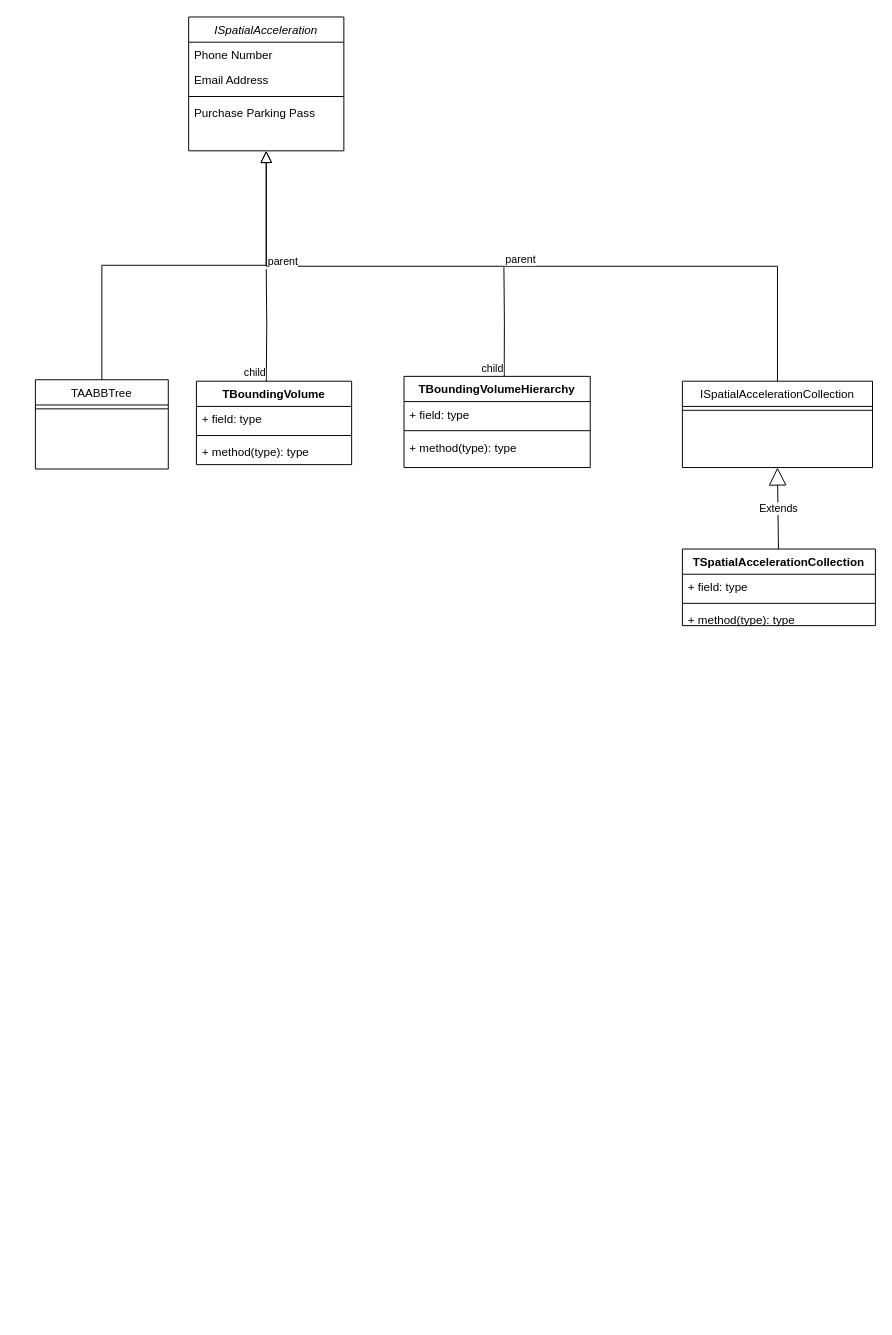
Above: Chaos.drawio in 954818696/FPSGame (draw.io), before the change. Source tidied: cells renumbered, new cells numbered last; positions are measured from the earlier drawing's top-left corner, leaving out a move shared by most shapes. Both pictures are drawn from the tidied source at 97%, with x=0, y=0 at pixel (35, 16).
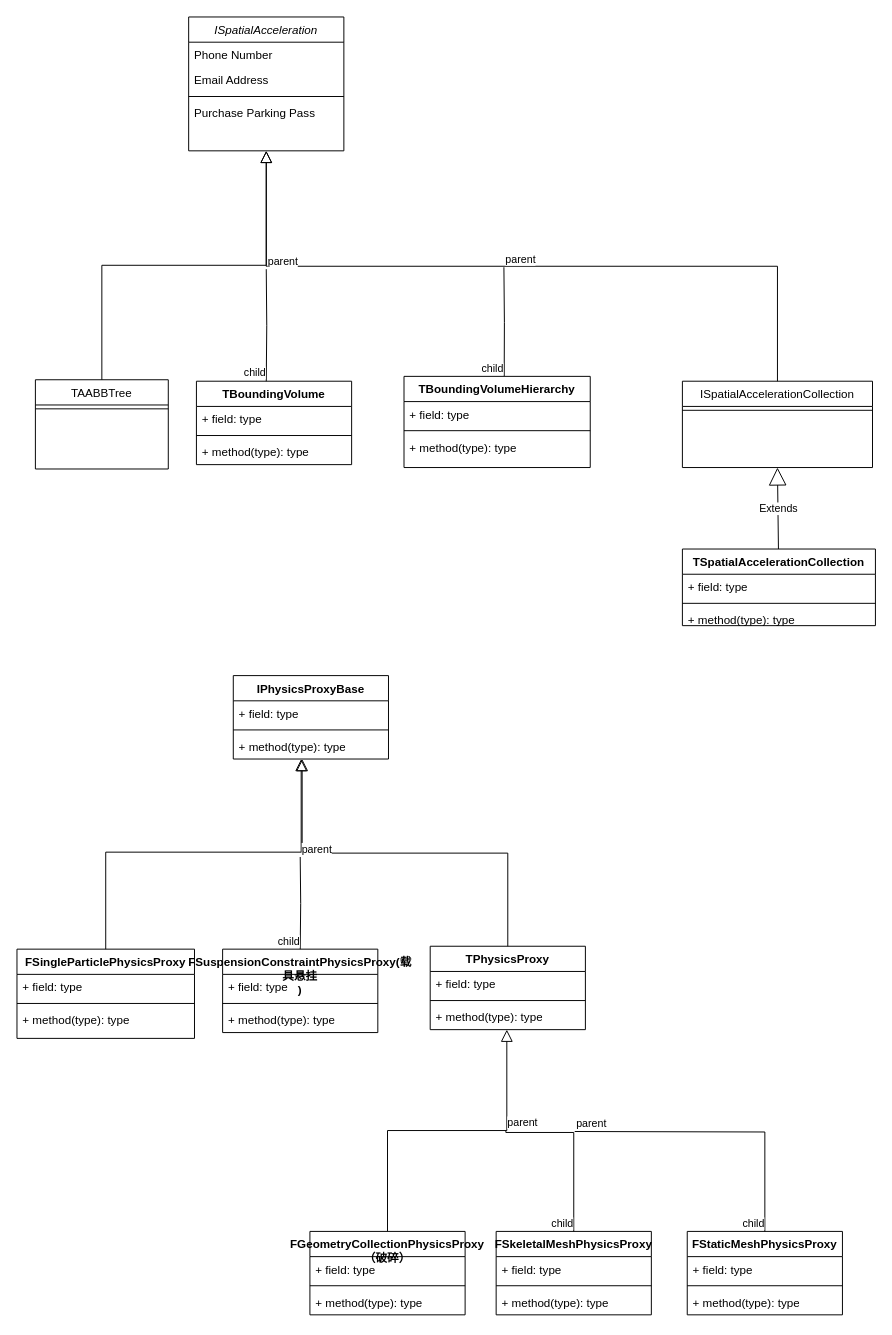
The same page after the edit.

What changed in the source:
```diff
@@
+    <mxCell id="32" value="IPhysicsProxyBase" style="swimlane;fontStyle=1;align=center;verticalAlign=top;horizontal=1;startSize=26;whiteSpace=wrap;html=1;" parent="1" vertex="1">
+      <mxGeometry x="204" y="679" width="160" height="86" as="geometry" />
+    </mxCell>
+    <mxCell id="33" value="+ field: type" style="text;strokeColor=none;fillColor=none;align=left;verticalAlign=top;spacingLeft=4;spacingRight=4;overflow=hidden;whiteSpace=wrap;html=1;" parent="32" vertex="1">
+      <mxGeometry y="26" width="160" height="26" as="geometry" />
+    </mxCell>
+    <mxCell id="34" style="line;strokeWidth=1;fillColor=none;align=left;verticalAlign=middle;spacingTop=-1;spacingLeft=3;spacingRight=3;labelPosition=right;strokeColor=inherit;" parent="32" vertex="1">
+      <mxGeometry y="52" width="160" height="8" as="geometry" />
+    </mxCell>
+    <mxCell id="35" value="+ method(type): type" style="text;strokeColor=none;fillColor=none;align=left;verticalAlign=top;spacingLeft=4;spacingRight=4;overflow=hidden;whiteSpace=wrap;html=1;" parent="32" vertex="1">
+      <mxGeometry y="60" width="160" height="26" as="geometry" />
+    </mxCell>
+    <mxCell id="36" value="FSingleParticlePhysicsProxy" style="swimlane;fontStyle=1;align=center;verticalAlign=top;horizontal=1;startSize=26;whiteSpace=wrap;html=1;" parent="1" vertex="1">
+      <mxGeometry x="-19" y="961" width="183" height="92" as="geometry" />
+    </mxCell>
+    <mxCell id="37" value="+ field: type" style="text;strokeColor=none;fillColor=none;align=left;verticalAlign=top;spacingLeft=4;spacingRight=4;overflow=hidden;whiteSpace=wrap;html=1;" parent="36" vertex="1">
+      <mxGeometry y="26" width="183" height="26" as="geometry" />
+    </mxCell>
+    <mxCell id="38" style="line;strokeWidth=1;fillColor=none;align=left;verticalAlign=middle;spacingTop=-1;spacingLeft=3;spacingRight=3;labelPosition=right;strokeColor=inherit;" parent="36" vertex="1">
+      <mxGeometry y="52" width="183" height="8" as="geometry" />
+    </mxCell>
+    <mxCell id="39" value="+ method(type): type" style="text;strokeColor=none;fillColor=none;align=left;verticalAlign=top;spacingLeft=4;spacingRight=4;overflow=hidden;whiteSpace=wrap;html=1;" parent="36" vertex="1">
+      <mxGeometry y="60" width="183" height="32" as="geometry" />
+    </mxCell>
+    <mxCell id="40" value="FSuspensionConstraintPhysicsProxy(载具悬挂&lt;br&gt;)" style="swimlane;fontStyle=1;align=center;verticalAlign=top;horizontal=1;startSize=26;whiteSpace=wrap;html=1;" parent="1" vertex="1">
+      <mxGeometry x="193" y="961" width="160" height="86" as="geometry" />
+    </mxCell>
+    <mxCell id="41" value="+ field: type" style="text;strokeColor=none;fillColor=none;align=left;verticalAlign=top;spacingLeft=4;spacingRight=4;overflow=hidden;whiteSpace=wrap;html=1;" parent="40" vertex="1">
+      <mxGeometry y="26" width="160" height="26" as="geometry" />
+    </mxCell>
+    <mxCell id="42" style="line;strokeWidth=1;fillColor=none;align=left;verticalAlign=middle;spacingTop=-1;spacingLeft=3;spacingRight=3;labelPosition=right;strokeColor=inherit;" parent="40" vertex="1">
+      <mxGeometry y="52" width="160" height="8" as="geometry" />
+    </mxCell>
+    <mxCell id="43" value="+ method(type): type" style="text;strokeColor=none;fillColor=none;align=left;verticalAlign=top;spacingLeft=4;spacingRight=4;overflow=hidden;whiteSpace=wrap;html=1;" parent="40" vertex="1">
+      <mxGeometry y="60" width="160" height="26" as="geometry" />
+    </mxCell>
+    <mxCell id="44" value="TPhysicsProxy" style="swimlane;fontStyle=1;align=center;verticalAlign=top;horizontal=1;startSize=26;whiteSpace=wrap;html=1;" parent="1" vertex="1">
+      <mxGeometry x="407" y="958" width="160" height="86" as="geometry" />
+    </mxCell>
+    <mxCell id="45" value="+ field: type" style="text;strokeColor=none;fillColor=none;align=left;verticalAlign=top;spacingLeft=4;spacingRight=4;overflow=hidden;whiteSpace=wrap;html=1;" parent="44" vertex="1">
+      <mxGeometry y="26" width="160" height="26" as="geometry" />
+    </mxCell>
+    <mxCell id="46" style="line;strokeWidth=1;fillColor=none;align=left;verticalAlign=middle;spacingTop=-1;spacingLeft=3;spacingRight=3;labelPosition=right;strokeColor=inherit;" parent="44" vertex="1">
+      <mxGeometry y="52" width="160" height="8" as="geometry" />
+    </mxCell>
+    <mxCell id="47" value="+ method(type): type" style="text;strokeColor=none;fillColor=none;align=left;verticalAlign=top;spacingLeft=4;spacingRight=4;overflow=hidden;whiteSpace=wrap;html=1;" parent="44" vertex="1">
+      <mxGeometry y="60" width="160" height="26" as="geometry" />
+    </mxCell>
+    <mxCell id="48" style="endArrow=block;endSize=10;endFill=0;shadow=0;strokeWidth=1;rounded=0;edgeStyle=elbowEdgeStyle;elbow=vertical;" parent="1" edge="1" source="44">
+      <mxGeometry relative="1" as="geometry">
+        <mxPoint x="275" y="765" as="targetPoint" />
+      </mxGeometry>
+    </mxCell>
+    <mxCell id="49" style="endArrow=block;endSize=10;endFill=0;shadow=0;strokeWidth=1;rounded=0;edgeStyle=elbowEdgeStyle;elbow=vertical;" parent="1" edge="1" source="36">
+      <mxGeometry relative="1" as="geometry">
+        <mxPoint x="274" y="765" as="targetPoint" />
+        <Array as="points">
+          <mxPoint x="193" y="861" />
+          <mxPoint x="195" y="864" />
+        </Array>
+      </mxGeometry>
+    </mxCell>
+    <mxCell id="50" style="endArrow=none;html=1;edgeStyle=orthogonalEdgeStyle;rounded=0;strokeColor=default;entryX=0.5;entryY=0;entryDx=0;entryDy=0;" parent="1" edge="1" target="40">
+      <mxGeometry relative="1" as="geometry">
+        <mxPoint x="273" y="866" as="sourcePoint" />
+      </mxGeometry>
+    </mxCell>
+    <mxCell id="51" value="parent" style="edgeLabel;html=1;align=left;verticalAlign=bottom;" parent="50" vertex="1">
+      <mxGeometry x="-1" relative="1" as="geometry" />
+    </mxCell>
+    <mxCell id="52" value="child" style="edgeLabel;html=1;align=right;verticalAlign=bottom;" parent="50" vertex="1">
+      <mxGeometry x="1" relative="1" as="geometry" />
+    </mxCell>
+    <mxCell id="53" style="endArrow=block;endSize=10;endFill=0;shadow=0;strokeWidth=1;rounded=0;edgeStyle=elbowEdgeStyle;elbow=vertical;exitX=0.5;exitY=0;exitDx=0;exitDy=0;" parent="1" edge="1" source="54">
+      <mxGeometry relative="1" as="geometry">
+        <mxPoint x="486" y="1044" as="targetPoint" />
+      </mxGeometry>
+    </mxCell>
+    <mxCell id="54" value="FGeometryCollectionPhysicsProxy（破碎）" style="swimlane;fontStyle=1;align=center;verticalAlign=top;horizontal=1;startSize=26;whiteSpace=wrap;html=1;" parent="1" vertex="1">
+      <mxGeometry x="283" y="1252" width="160" height="86" as="geometry" />
+    </mxCell>
+    <mxCell id="55" value="+ field: type" style="text;strokeColor=none;fillColor=none;align=left;verticalAlign=top;spacingLeft=4;spacingRight=4;overflow=hidden;whiteSpace=wrap;html=1;" parent="54" vertex="1">
+      <mxGeometry y="26" width="160" height="26" as="geometry" />
+    </mxCell>
+    <mxCell id="56" style="line;strokeWidth=1;fillColor=none;align=left;verticalAlign=middle;spacingTop=-1;spacingLeft=3;spacingRight=3;labelPosition=right;strokeColor=inherit;" parent="54" vertex="1">
+      <mxGeometry y="52" width="160" height="8" as="geometry" />
+    </mxCell>
+    <mxCell id="57" value="+ method(type): type" style="text;strokeColor=none;fillColor=none;align=left;verticalAlign=top;spacingLeft=4;spacingRight=4;overflow=hidden;whiteSpace=wrap;html=1;" parent="54" vertex="1">
+      <mxGeometry y="60" width="160" height="26" as="geometry" />
+    </mxCell>
+    <mxCell id="58" value="FSkeletalMeshPhysicsProxy" style="swimlane;fontStyle=1;align=center;verticalAlign=top;horizontal=1;startSize=26;whiteSpace=wrap;html=1;" parent="1" vertex="1">
+      <mxGeometry x="475" y="1252" width="160" height="86" as="geometry" />
+    </mxCell>
+    <mxCell id="59" value="+ field: type" style="text;strokeColor=none;fillColor=none;align=left;verticalAlign=top;spacingLeft=4;spacingRight=4;overflow=hidden;whiteSpace=wrap;html=1;" parent="58" vertex="1">
+      <mxGeometry y="26" width="160" height="26" as="geometry" />
+    </mxCell>
+    <mxCell id="60" style="line;strokeWidth=1;fillColor=none;align=left;verticalAlign=middle;spacingTop=-1;spacingLeft=3;spacingRight=3;labelPosition=right;strokeColor=inherit;" parent="58" vertex="1">
+      <mxGeometry y="52" width="160" height="8" as="geometry" />
+    </mxCell>
+    <mxCell id="61" value="+ method(type): type" style="text;strokeColor=none;fillColor=none;align=left;verticalAlign=top;spacingLeft=4;spacingRight=4;overflow=hidden;whiteSpace=wrap;html=1;" parent="58" vertex="1">
+      <mxGeometry y="60" width="160" height="26" as="geometry" />
+    </mxCell>
+    <mxCell id="62" value="FStaticMeshPhysicsProxy" style="swimlane;fontStyle=1;align=center;verticalAlign=top;horizontal=1;startSize=26;whiteSpace=wrap;html=1;" parent="1" vertex="1">
+      <mxGeometry x="672" y="1252" width="160" height="86" as="geometry" />
+    </mxCell>
+    <mxCell id="63" value="+ field: type" style="text;strokeColor=none;fillColor=none;align=left;verticalAlign=top;spacingLeft=4;spacingRight=4;overflow=hidden;whiteSpace=wrap;html=1;" parent="62" vertex="1">
+      <mxGeometry y="26" width="160" height="26" as="geometry" />
+    </mxCell>
+    <mxCell id="64" style="line;strokeWidth=1;fillColor=none;align=left;verticalAlign=middle;spacingTop=-1;spacingLeft=3;spacingRight=3;labelPosition=right;strokeColor=inherit;" parent="62" vertex="1">
+      <mxGeometry y="52" width="160" height="8" as="geometry" />
+    </mxCell>
+    <mxCell id="65" value="+ method(type): type" style="text;strokeColor=none;fillColor=none;align=left;verticalAlign=top;spacingLeft=4;spacingRight=4;overflow=hidden;whiteSpace=wrap;html=1;" parent="62" vertex="1">
+      <mxGeometry y="60" width="160" height="26" as="geometry" />
+    </mxCell>
+    <mxCell id="66" style="endArrow=none;html=1;edgeStyle=orthogonalEdgeStyle;rounded=0;entryX=0.5;entryY=0;entryDx=0;entryDy=0;" parent="1" edge="1" target="58">
+      <mxGeometry relative="1" as="geometry">
+        <mxPoint x="485" y="1148" as="sourcePoint" />
+        <Array as="points">
+          <mxPoint x="485" y="1150" />
+          <mxPoint x="555" y="1150" />
+        </Array>
+      </mxGeometry>
+    </mxCell>
+    <mxCell id="67" value="parent" style="edgeLabel;html=1;align=left;verticalAlign=bottom;" parent="66" vertex="1">
+      <mxGeometry x="-1" relative="1" as="geometry" />
+    </mxCell>
+    <mxCell id="68" value="child" style="edgeLabel;html=1;align=right;verticalAlign=bottom;" parent="66" vertex="1">
+      <mxGeometry x="1" relative="1" as="geometry" />
+    </mxCell>
+    <mxCell id="69" style="endArrow=none;html=1;edgeStyle=orthogonalEdgeStyle;rounded=0;entryX=0.5;entryY=0;entryDx=0;entryDy=0;" parent="1" edge="1" target="62">
+      <mxGeometry relative="1" as="geometry">
+        <mxPoint x="556" y="1149" as="sourcePoint" />
+      </mxGeometry>
+    </mxCell>
+    <mxCell id="70" value="parent" style="edgeLabel;html=1;align=left;verticalAlign=bottom;" parent="69" vertex="1">
+      <mxGeometry x="-1" relative="1" as="geometry" />
+    </mxCell>
+    <mxCell id="71" value="child" style="edgeLabel;html=1;align=right;verticalAlign=bottom;" parent="69" vertex="1">
+      <mxGeometry x="1" relative="1" as="geometry" />
+    </mxCell>
```
